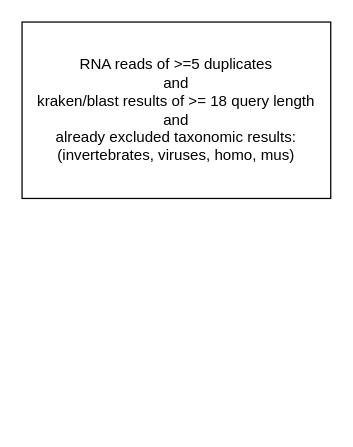
Before: page "Page-5" (5 of 5) of mag_flowchart_analysis.drawio in IceGreb/diagrams, a draw.io diagram. Source tidied: cells renumbered, new cells numbered last; positions are measured from the earlier drawing's top-left corner, leaving out a move shared by most shapes. Both pictures are drawn from the tidied source at 126%, with x=0, y=0 at pixel (21, 21).
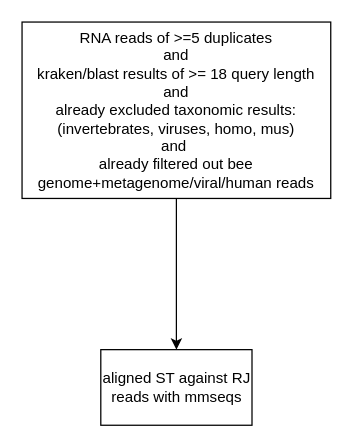
Above is the later version.

What changed in the source:
```diff
@@
 <mxGraphModel>
   <root>
     <mxCell id="0" />
     <mxCell id="1" parent="0" />
+    <mxCell id="3" style="edgeStyle=orthogonalEdgeStyle;rounded=0;jettySize=auto;html=1;" parent="1" edge="1" source="2" target="4">
+      <mxGeometry relative="1" as="geometry" />
+    </mxCell>
-    <mxCell id="2" value="&lt;div&gt;RNA reads of &amp;gt;=5 duplicates&lt;/div&gt;&lt;div&gt;and&lt;/div&gt;&lt;div&gt;kraken/blast results of &amp;gt;= 18 query length&lt;/div&gt;&lt;div&gt;and&lt;/div&gt;&lt;div&gt;already excluded taxonomic results:&lt;/div&gt;&lt;div&gt;(invertebrates, viruses, homo, mus)&lt;/div&gt;" style="rounded=0;whiteSpace=wrap;html=1;" parent="1" vertex="1">
+    <mxCell id="2" value="&lt;div&gt;RNA reads of &amp;gt;=5 duplicates&lt;/div&gt;&lt;div&gt;and&lt;/div&gt;&lt;div&gt;kraken/blast results of &amp;gt;= 18 query length&lt;/div&gt;&lt;div&gt;and&lt;/div&gt;&lt;div&gt;already excluded taxonomic results:&lt;/div&gt;&lt;div&gt;(invertebrates, viruses, homo, mus)&lt;/div&gt;&lt;div&gt;and&amp;nbsp;&lt;/div&gt;&lt;div&gt;already filtered out bee genome+metagenome/viral/human reads&lt;/div&gt;" style="rounded=0;whiteSpace=wrap;html=1;" parent="1" vertex="1">
       <mxGeometry width="245" height="140" as="geometry" />
     </mxCell>
+    <mxCell id="4" value="aligned ST against RJ reads with mmseqs" style="whiteSpace=wrap;html=1;rounded=0;" parent="1" vertex="1">
+      <mxGeometry x="62.5" y="260" width="120" height="60" as="geometry" />
+    </mxCell>
   </root>
 </mxGraphModel>
```
